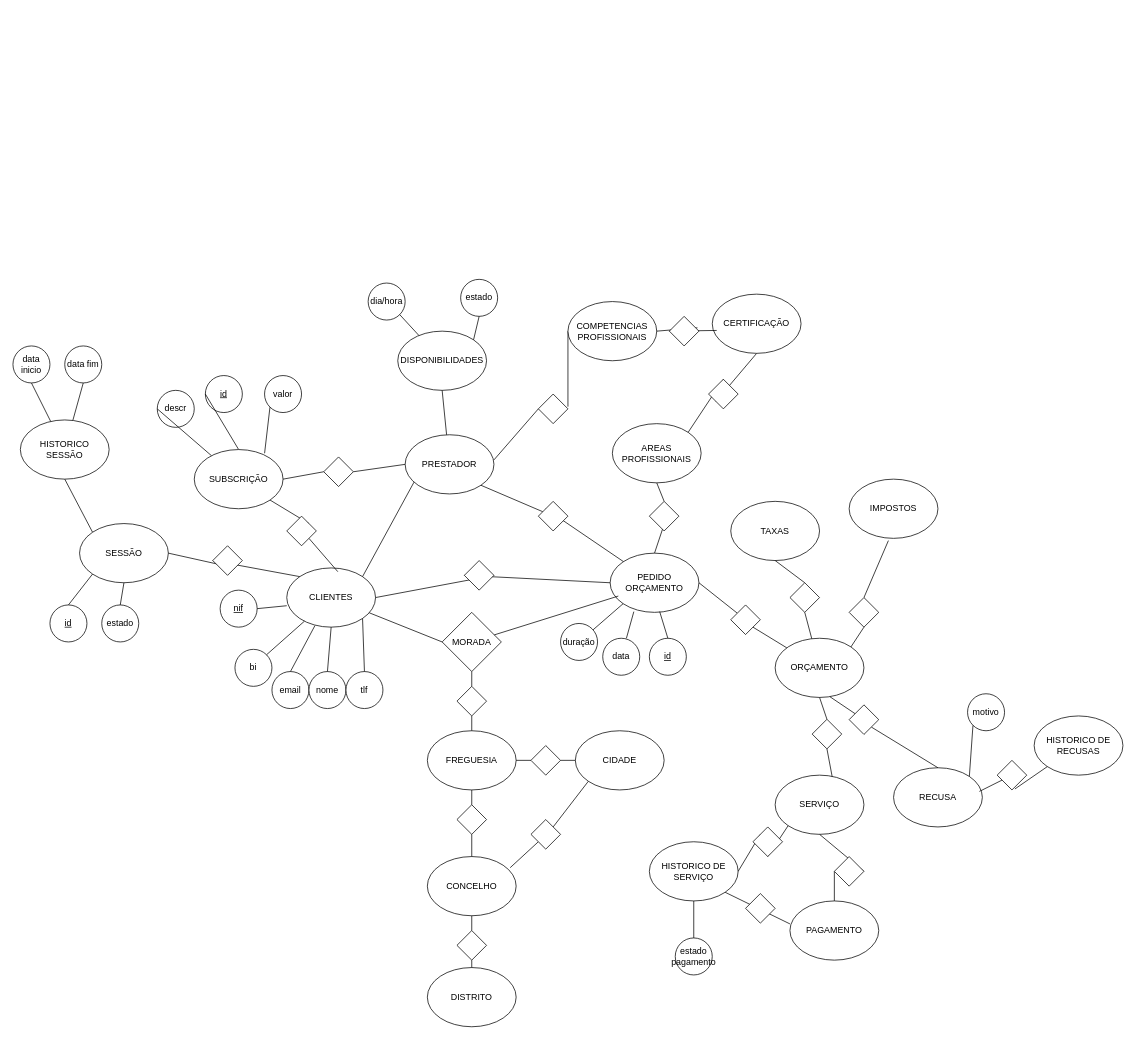
Earlier version of the draw.io diagram Diagrama sem nome.drawio (xixiecoco/rep10789). Source tidied: cells renumbered, new cells numbered last; positions are measured from the earlier drawing's top-left corner, leaving out a move shared by most shapes. Both pictures are drawn from the tidied source at 74%, with x=0, y=0 at pixel (13, 279).
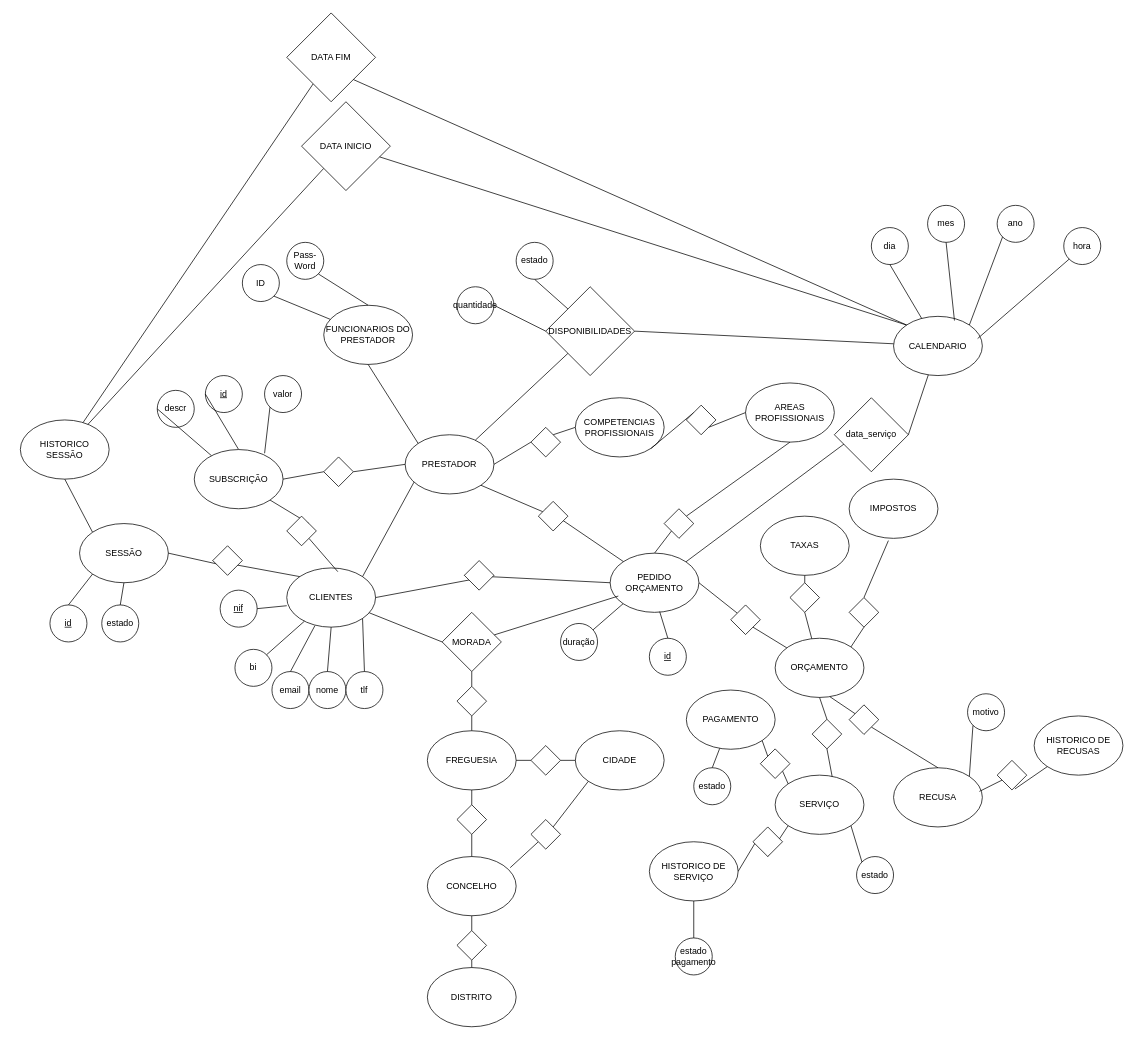
After the change.

Unchanged cells that the change refers to:
```xml
<mxCell id="35" value="PRESTADOR" style="ellipse;whiteSpace=wrap;html=1;" parent="1" vertex="1">
  <mxGeometry x="530" y="210" width="120" height="80" as="geometry" />
</mxCell>
<mxCell id="53" value="PEDIDO ORÇAMENTO" style="ellipse;whiteSpace=wrap;html=1;" parent="1" vertex="1">
  <mxGeometry x="807" y="370" width="120" height="80" as="geometry" />
</mxCell>
<mxCell id="84" value="SERVIÇO" style="ellipse;whiteSpace=wrap;html=1;" parent="1" vertex="1">
  <mxGeometry x="1030" y="670" width="120" height="80" as="geometry" />
</mxCell>
<mxCell id="92" value="HISTORICO DE SERVIÇO" style="ellipse;whiteSpace=wrap;html=1;" parent="1" vertex="1">
  <mxGeometry x="860" y="760" width="120" height="80" as="geometry" />
</mxCell>
<mxCell id="108" value="HISTORICO SESSÃO" style="ellipse;whiteSpace=wrap;html=1;" parent="1" vertex="1">
  <mxGeometry x="10" y="190" width="120" height="80" as="geometry" />
</mxCell>
```

The edit, as a diff of the source:
```diff
@@
     <mxCell id="44" value="AREAS PROFISSIONAIS" style="ellipse;whiteSpace=wrap;html=1;" parent="1" vertex="1">
-      <mxGeometry x="810" y="195" width="120" height="80" as="geometry" />
+      <mxGeometry x="990" y="140" width="120" height="80" as="geometry" />
     </mxCell>
-    <mxCell id="45" style="endArrow=none;html=1;rounded=0;entryX=0;entryY=0.5;entryDx=0;entryDy=0;exitX=1;exitY=0.425;exitDx=0;exitDy=0;exitPerimeter=0;" parent="1" edge="1" source="47" target="122">
+    <mxCell id="45" style="endArrow=none;html=1;rounded=0;entryX=0;entryY=0.5;entryDx=0;entryDy=0;exitX=1;exitY=0;exitDx=0;exitDy=0;" parent="1" edge="1" source="47" target="122">
       <mxGeometry relative="1" as="geometry" />
     </mxCell>
-    <mxCell id="46" style="endArrow=none;html=1;rounded=0;entryX=0;entryY=0.5;entryDx=0;entryDy=0;exitX=1;exitY=0.425;exitDx=0;exitDy=0;exitPerimeter=0;" parent="1" edge="1" source="35" target="47">
+    <mxCell id="46" style="endArrow=none;html=1;rounded=0;entryX=0;entryY=0.5;entryDx=0;entryDy=0;exitX=1;exitY=0.5;exitDx=0;exitDy=0;" parent="1" edge="1" source="35" target="47">
       <mxGeometry relative="1" as="geometry" />
     </mxCell>
     <mxCell id="47" style="rhombus;whiteSpace=wrap;html=1;" parent="1" vertex="1">
-      <mxGeometry x="710" y="155" width="40" height="40" as="geometry" />
+      <mxGeometry x="700" y="200" width="40" height="40" as="geometry" />
     </mxCell>
@@
-    <mxCell id="56" style="endArrow=none;html=1;rounded=0;entryX=0.5;entryY=1;entryDx=0;entryDy=0;exitX=0.5;exitY=1;exitDx=0;exitDy=0;" parent="1" edge="1" source="62" target="44">
+    <mxCell id="56" style="endArrow=none;html=1;rounded=0;entryX=0.5;entryY=1;entryDx=0;entryDy=0;exitX=0;exitY=1;exitDx=0;exitDy=0;" parent="1" edge="1" source="62" target="44">
       <mxGeometry relative="1" as="geometry" />
     </mxCell>
@@
-    <mxCell id="61" style="endArrow=none;html=1;rounded=0;entryX=0.525;entryY=0.15;entryDx=0;entryDy=0;exitX=0.5;exitY=0;exitDx=0;exitDy=0;entryPerimeter=0;" parent="1" edge="1" source="53" target="62">
+    <mxCell id="61" style="endArrow=none;html=1;rounded=0;entryX=1;entryY=0;entryDx=0;entryDy=0;exitX=0.5;exitY=0;exitDx=0;exitDy=0;" parent="1" edge="1" source="53" target="62">
       <mxGeometry relative="1" as="geometry" />
     </mxCell>
     <mxCell id="62" style="rhombus;whiteSpace=wrap;html=1;direction=west;" parent="1" vertex="1">
-      <mxGeometry x="860" y="300" width="40" height="40" as="geometry" />
+      <mxGeometry x="880" y="310" width="40" height="40" as="geometry" />
     </mxCell>
@@
     <mxCell id="66" value="TAXAS" style="ellipse;whiteSpace=wrap;html=1;" parent="1" vertex="1">
-      <mxGeometry x="970" y="300" width="120" height="80" as="geometry" />
+      <mxGeometry x="1010" y="320" width="120" height="80" as="geometry" />
     </mxCell>
@@
-    <mxCell id="78" value="data" style="ellipse;whiteSpace=wrap;html=1;" parent="1" vertex="1">
-      <mxGeometry x="797" y="485" width="50" height="50" as="geometry" />
-    </mxCell>
-    <mxCell id="79" style="endArrow=none;html=1;rounded=0;entryX=0.267;entryY=0.988;entryDx=0;entryDy=0;entryPerimeter=0;exitX=0.64;exitY=0;exitDx=0;exitDy=0;exitPerimeter=0;" parent="1" edge="1" source="78" target="53">
-      <mxGeometry relative="1" as="geometry" />
+    <mxCell id="79" style="endArrow=none;html=1;rounded=0;entryX=1;entryY=0;entryDx=0;entryDy=0;exitX=0;exitY=0.5;exitDx=0;exitDy=0;" parent="1" edge="1" target="53">
+      <mxGeometry relative="1" as="geometry">
+        <mxPoint x="1160" y="195" as="sourcePoint" />
+      </mxGeometry>
     </mxCell>
@@
     <mxCell id="94" value="PAGAMENTO" style="ellipse;whiteSpace=wrap;html=1;" parent="1" vertex="1">
-      <mxGeometry x="1050" y="840" width="120" height="80" as="geometry" />
+      <mxGeometry x="910" y="555" width="120" height="80" as="geometry" />
     </mxCell>
-    <mxCell id="95" style="endArrow=none;html=1;rounded=0;entryX=1;entryY=1;entryDx=0;entryDy=0;exitX=0;exitY=0.388;exitDx=0;exitDy=0;exitPerimeter=0;" parent="1" edge="1" source="94" target="92">
-      <mxGeometry relative="1" as="geometry" />
-    </mxCell>
@@
-    <mxCell id="98" style="rhombus;whiteSpace=wrap;html=1;direction=south;" parent="1" vertex="1">
-      <mxGeometry x="990" y="830" width="40" height="40" as="geometry" />
-    </mxCell>
-    <mxCell id="99" style="endArrow=none;html=1;rounded=0;entryX=0.5;entryY=1;entryDx=0;entryDy=0;exitX=0.5;exitY=0;exitDx=0;exitDy=0;" parent="1" edge="1" source="101" target="84">
+    <mxCell id="99" style="endArrow=none;html=1;rounded=0;entryX=0;entryY=0;entryDx=0;entryDy=0;exitX=1;exitY=0;exitDx=0;exitDy=0;" parent="1" edge="1" source="101" target="84">
       <mxGeometry relative="1" as="geometry" />
     </mxCell>
-    <mxCell id="100" style="endArrow=none;html=1;rounded=0;entryX=0.5;entryY=1;entryDx=0;entryDy=0;exitX=0.5;exitY=0;exitDx=0;exitDy=0;" parent="1" edge="1" source="94" target="101">
+    <mxCell id="100" style="endArrow=none;html=1;rounded=0;entryX=0;entryY=1;entryDx=0;entryDy=0;exitX=1;exitY=1;exitDx=0;exitDy=0;" parent="1" edge="1" source="94" target="101">
       <mxGeometry relative="1" as="geometry" />
     </mxCell>
     <mxCell id="101" style="rhombus;whiteSpace=wrap;html=1;direction=south;" parent="1" vertex="1">
-      <mxGeometry x="1110" y="780" width="40" height="40" as="geometry" />
+      <mxGeometry x="1010" y="634.5" width="40" height="40" as="geometry" />
     </mxCell>
@@
-    <mxCell id="114" value="data inicio" style="ellipse;whiteSpace=wrap;html=1;" parent="1" vertex="1">
-      <mxGeometry y="90" width="50" height="50" as="geometry" />
-    </mxCell>
-    <mxCell id="115" value="data fim" style="ellipse;whiteSpace=wrap;html=1;" parent="1" vertex="1">
-      <mxGeometry x="70" y="90" width="50" height="50" as="geometry" />
-    </mxCell>
-    <mxCell id="116" style="endArrow=none;html=1;rounded=0;entryX=0.5;entryY=1;entryDx=0;entryDy=0;" parent="1" edge="1" source="108" target="115">
+    <mxCell id="116" style="endArrow=none;html=1;rounded=0;" parent="1" edge="1" source="108" target="163">
       <mxGeometry relative="1" as="geometry" />
     </mxCell>
-    <mxCell id="117" style="endArrow=none;html=1;rounded=0;entryX=0.5;entryY=1;entryDx=0;entryDy=0;" parent="1" edge="1" source="108" target="114">
+    <mxCell id="117" style="endArrow=none;html=1;rounded=0;entryX=1;entryY=1;entryDx=0;entryDy=0;" parent="1" edge="1" source="108" target="162">
       <mxGeometry relative="1" as="geometry" />
     </mxCell>
@@
     <mxCell id="122" value="COMPETENCIAS PROFISSIONAIS" style="ellipse;whiteSpace=wrap;html=1;" parent="1" vertex="1">
-      <mxGeometry x="750" y="30" width="120" height="80" as="geometry" />
+      <mxGeometry x="760" y="160" width="120" height="80" as="geometry" />
     </mxCell>
-    <mxCell id="123" style="endArrow=none;html=1;rounded=0;entryX=1;entryY=0.5;entryDx=0;entryDy=0;exitX=0.05;exitY=0.613;exitDx=0;exitDy=0;exitPerimeter=0;" parent="1" edge="1" source="129" target="122">
-      <mxGeometry relative="1" as="geometry" />
-    </mxCell>
-    <mxCell id="124" style="endArrow=none;html=1;rounded=0;entryX=0.5;entryY=1;entryDx=0;entryDy=0;exitX=1;exitY=0;exitDx=0;exitDy=0;" parent="1" edge="1" source="127" target="125">
-      <mxGeometry relative="1" as="geometry" />
-    </mxCell>
-    <mxCell id="125" value="CERTIFICAÇÃO" style="ellipse;whiteSpace=wrap;html=1;" parent="1" vertex="1">
-      <mxGeometry x="945" y="20" width="120" height="80" as="geometry" />
+    <mxCell id="125" value="FUNCIONARIOS DO PRESTADOR" style="ellipse;whiteSpace=wrap;html=1;" parent="1" vertex="1">
+      <mxGeometry x="420" y="35" width="120" height="80" as="geometry" />
     </mxCell>
-    <mxCell id="126" style="endArrow=none;html=1;rounded=0;entryX=0.5;entryY=1;entryDx=0;entryDy=0;exitX=1;exitY=0;exitDx=0;exitDy=0;" parent="1" edge="1" source="44" target="127">
-      <mxGeometry relative="1" as="geometry" />
-    </mxCell>
-    <mxCell id="127" style="rhombus;whiteSpace=wrap;html=1;direction=west;" parent="1" vertex="1">
-      <mxGeometry x="940" y="135" width="40" height="40" as="geometry" />
-    </mxCell>
-    <mxCell id="128" style="endArrow=none;html=1;rounded=0;entryX=1;entryY=0.5;entryDx=0;entryDy=0;exitX=0.05;exitY=0.613;exitDx=0;exitDy=0;exitPerimeter=0;" parent="1" edge="1" source="125" target="129">
-      <mxGeometry relative="1" as="geometry" />
-    </mxCell>
-    <mxCell id="129" style="rhombus;whiteSpace=wrap;html=1;direction=west;" parent="1" vertex="1">
-      <mxGeometry x="887" y="50" width="40" height="40" as="geometry" />
-    </mxCell>
-    <mxCell id="130" value="DISPONIBILIDADES" style="ellipse;whiteSpace=wrap;html=1;" parent="1" vertex="1">
-      <mxGeometry x="520" y="70" width="120" height="80" as="geometry" />
-    </mxCell>
-    <mxCell id="131" value="dia/hora" style="ellipse;whiteSpace=wrap;html=1;" parent="1" vertex="1">
-      <mxGeometry x="480" y="5" width="50" height="50" as="geometry" />
-    </mxCell>
     <mxCell id="132" value="estado" style="ellipse;whiteSpace=wrap;html=1;" parent="1" vertex="1">
-      <mxGeometry x="605" width="50" height="50" as="geometry" />
+      <mxGeometry x="680" y="-50" width="50" height="50" as="geometry" />
     </mxCell>
-    <mxCell id="133" style="endArrow=none;html=1;rounded=0;entryX=1;entryY=1;entryDx=0;entryDy=0;" parent="1" edge="1" source="130" target="131">
-      <mxGeometry relative="1" as="geometry" />
-    </mxCell>
-    <mxCell id="134" style="endArrow=none;html=1;rounded=0;entryX=0.5;entryY=1;entryDx=0;entryDy=0;exitX=1;exitY=0;exitDx=0;exitDy=0;" parent="1" edge="1" source="130" target="132">
+    <mxCell id="134" style="endArrow=none;html=1;rounded=0;entryX=0.5;entryY=1;entryDx=0;entryDy=0;exitX=0;exitY=1;exitDx=0;exitDy=0;" parent="1" edge="1" source="130" target="132">
       <mxGeometry relative="1" as="geometry" />
     </mxCell>
-    <mxCell id="135" style="endArrow=none;html=1;rounded=0;entryX=0.5;entryY=1;entryDx=0;entryDy=0;" parent="1" edge="1" source="35" target="130">
+    <mxCell id="135" style="endArrow=none;html=1;rounded=0;entryX=1;entryY=1;entryDx=0;entryDy=0;" parent="1" edge="1" source="35" target="130">
       <mxGeometry relative="1" as="geometry" />
     </mxCell>
+    <mxCell id="136" style="endArrow=none;html=1;rounded=0;entryX=1;entryY=1;entryDx=0;entryDy=0;exitX=0;exitY=0;exitDx=0;exitDy=0;" parent="1" edge="1" source="138" target="122">
+      <mxGeometry relative="1" as="geometry" />
+    </mxCell>
+    <mxCell id="137" style="endArrow=none;html=1;rounded=0;entryX=1;entryY=1;entryDx=0;entryDy=0;exitX=0;exitY=0.5;exitDx=0;exitDy=0;" parent="1" edge="1" source="44" target="138">
+      <mxGeometry relative="1" as="geometry" />
+    </mxCell>
+    <mxCell id="138" style="rhombus;whiteSpace=wrap;html=1;" parent="1" vertex="1">
+      <mxGeometry x="910" y="170" width="40" height="40" as="geometry" />
+    </mxCell>
+    <mxCell id="139" style="endArrow=none;html=1;rounded=0;entryX=0.5;entryY=1;entryDx=0;entryDy=0;exitX=0;exitY=0;exitDx=0;exitDy=0;" parent="1" edge="1" source="35" target="125">
+      <mxGeometry relative="1" as="geometry" />
+    </mxCell>
+    <mxCell id="140" value="ID" style="ellipse;whiteSpace=wrap;html=1;" parent="1" vertex="1">
+      <mxGeometry x="310" y="-20" width="50" height="50" as="geometry" />
+    </mxCell>
+    <mxCell id="141" value="Pass-Word" style="ellipse;whiteSpace=wrap;html=1;" parent="1" vertex="1">
+      <mxGeometry x="370" y="-50" width="50" height="50" as="geometry" />
+    </mxCell>
+    <mxCell id="142" style="endArrow=none;html=1;rounded=0;entryX=1;entryY=1;entryDx=0;entryDy=0;" parent="1" edge="1" source="125" target="140">
+      <mxGeometry relative="1" as="geometry" />
+    </mxCell>
+    <mxCell id="143" style="endArrow=none;html=1;rounded=0;entryX=1;entryY=1;entryDx=0;entryDy=0;exitX=0.5;exitY=0;exitDx=0;exitDy=0;" parent="1" edge="1" source="125" target="141">
+      <mxGeometry relative="1" as="geometry" />
+    </mxCell>
+    <mxCell id="144" value="estado" style="ellipse;whiteSpace=wrap;html=1;" parent="1" vertex="1">
+      <mxGeometry x="1140" y="780" width="50" height="50" as="geometry" />
+    </mxCell>
+    <mxCell id="145" style="endArrow=none;html=1;rounded=0;entryX=1;entryY=1;entryDx=0;entryDy=0;exitX=0;exitY=0;exitDx=0;exitDy=0;" parent="1" edge="1" source="144" target="84">
+      <mxGeometry relative="1" as="geometry" />
+    </mxCell>
+    <mxCell id="146" value="estado" style="ellipse;whiteSpace=wrap;html=1;" parent="1" vertex="1">
+      <mxGeometry x="920" y="660" width="50" height="50" as="geometry" />
+    </mxCell>
+    <mxCell id="147" style="endArrow=none;html=1;rounded=0;entryX=0.5;entryY=0;entryDx=0;entryDy=0;" parent="1" edge="1" source="94" target="146">
+      <mxGeometry relative="1" as="geometry" />
+    </mxCell>
+    <mxCell id="148" value="CALENDARIO" style="ellipse;whiteSpace=wrap;html=1;" parent="1" vertex="1">
+      <mxGeometry x="1190" y="50" width="120" height="80" as="geometry" />
+    </mxCell>
+    <mxCell id="149" value="hora" style="ellipse;whiteSpace=wrap;html=1;" parent="1" vertex="1">
+      <mxGeometry x="1420" y="-70" width="50" height="50" as="geometry" />
+    </mxCell>
+    <mxCell id="150" value="ano" style="ellipse;whiteSpace=wrap;html=1;" parent="1" vertex="1">
+      <mxGeometry x="1330" y="-100" width="50" height="50" as="geometry" />
+    </mxCell>
+    <mxCell id="151" value="mes" style="ellipse;whiteSpace=wrap;html=1;" parent="1" vertex="1">
+      <mxGeometry x="1236" y="-100" width="50" height="50" as="geometry" />
+    </mxCell>
+    <mxCell id="152" value="dia" style="ellipse;whiteSpace=wrap;html=1;" parent="1" vertex="1">
+      <mxGeometry x="1160" y="-70" width="50" height="50" as="geometry" />
+    </mxCell>
+    <mxCell id="153" style="endArrow=none;html=1;rounded=0;entryX=0.5;entryY=1;entryDx=0;entryDy=0;" parent="1" edge="1" source="148" target="152">
+      <mxGeometry relative="1" as="geometry" />
+    </mxCell>
+    <mxCell id="154" style="endArrow=none;html=1;rounded=0;entryX=0.947;entryY=0.375;entryDx=0;entryDy=0;exitX=0;exitY=1;exitDx=0;exitDy=0;entryPerimeter=0;" parent="1" edge="1" source="149" target="148">
+      <mxGeometry relative="1" as="geometry" />
+    </mxCell>
+    <mxCell id="155" style="endArrow=none;html=1;rounded=0;entryX=0;entryY=1;entryDx=0;entryDy=0;exitX=1;exitY=0;exitDx=0;exitDy=0;" parent="1" edge="1" source="148" target="150">
+      <mxGeometry relative="1" as="geometry" />
+    </mxCell>
+    <mxCell id="156" style="endArrow=none;html=1;rounded=0;entryX=0.5;entryY=1;entryDx=0;entryDy=0;exitX=0.686;exitY=0.071;exitDx=0;exitDy=0;exitPerimeter=0;" parent="1" edge="1" source="148" target="151">
+      <mxGeometry relative="1" as="geometry" />
+    </mxCell>
+    <mxCell id="157" value="data_serviço" style="rhombus;whiteSpace=wrap;html=1;direction=south;" parent="1" vertex="1">
+      <mxGeometry x="1110" y="160" width="100" height="100" as="geometry" />
+    </mxCell>
+    <mxCell id="158" style="endArrow=none;html=1;rounded=0;exitX=0.5;exitY=0;exitDx=0;exitDy=0;" parent="1" edge="1" source="157" target="148">
+      <mxGeometry relative="1" as="geometry" />
+    </mxCell>
+    <mxCell id="130" value="DISPONIBILIDADES" style="rhombus;whiteSpace=wrap;html=1;direction=south;" parent="1" vertex="1">
+      <mxGeometry x="720" y="10" width="120" height="120" as="geometry" />
+    </mxCell>
+    <mxCell id="159" value="quantidade" style="ellipse;whiteSpace=wrap;html=1;" parent="1" vertex="1">
+      <mxGeometry x="600" y="10" width="50" height="50" as="geometry" />
+    </mxCell>
+    <mxCell id="160" style="endArrow=none;html=1;rounded=0;entryX=0.5;entryY=1;entryDx=0;entryDy=0;exitX=1;exitY=0.5;exitDx=0;exitDy=0;" parent="1" edge="1" source="159" target="130">
+      <mxGeometry relative="1" as="geometry" />
+    </mxCell>
+    <mxCell id="161" style="endArrow=none;html=1;rounded=0;exitX=0.5;exitY=0;exitDx=0;exitDy=0;" parent="1" edge="1" source="130" target="148">
+      <mxGeometry relative="1" as="geometry" />
+    </mxCell>
+    <mxCell id="162" value="DATA INICIO" style="rhombus;whiteSpace=wrap;html=1;direction=south;" parent="1" vertex="1">
+      <mxGeometry x="390" y="-240" width="120" height="120" as="geometry" />
+    </mxCell>
+    <mxCell id="163" value="DATA FIM" style="rhombus;whiteSpace=wrap;html=1;direction=south;" parent="1" vertex="1">
+      <mxGeometry x="370" y="-360" width="120" height="120" as="geometry" />
+    </mxCell>
+    <mxCell id="164" style="endArrow=none;html=1;rounded=0;entryX=0;entryY=0;entryDx=0;entryDy=0;" parent="1" edge="1" source="162" target="148">
+      <mxGeometry relative="1" as="geometry" />
+    </mxCell>
+    <mxCell id="165" style="endArrow=none;html=1;rounded=0;entryX=1;entryY=0;entryDx=0;entryDy=0;exitX=0;exitY=0;exitDx=0;exitDy=0;" parent="1" edge="1" source="148" target="163">
+      <mxGeometry relative="1" as="geometry" />
+    </mxCell>
```
